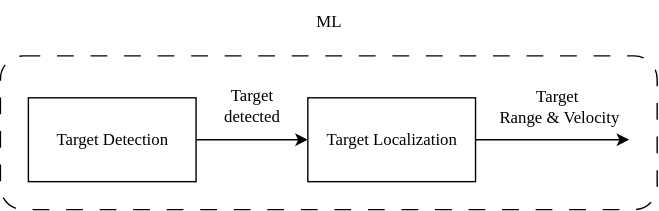
Earlier version of the draw.io export figures/systemDesign/overview/systemOverviewMLBlock.svg (Mikkelnn/ESD7-Project). Source tidied: cells renumbered, new cells last; positions are measured from the earlier drawing's top-left corner, leaving out a move shared by most shapes. The source it was exported from:
```xml
<mxGraphModel>
  <root>
    <mxCell id="0" />
    <mxCell id="1" parent="0" />
    <mxCell id="2" style="edgeStyle=orthogonalEdgeStyle;rounded=0;jettySize=auto;html=1;fontFamily=Project Font;" parent="1" edge="1" source="3" target="5">
      <mxGeometry relative="1" as="geometry" />
    </mxCell>
    <mxCell id="3" value="Target Detection" style="rounded=0;whiteSpace=wrap;html=1;fontFamily=Project Font;" parent="1" vertex="1">
      <mxGeometry x="20" y="70" width="120" height="60" as="geometry" />
    </mxCell>
    <mxCell id="4" style="edgeStyle=orthogonalEdgeStyle;rounded=0;jettySize=auto;html=1;fontFamily=Project Font;" parent="1" edge="1" source="5">
      <mxGeometry relative="1" as="geometry">
        <mxPoint x="450" y="100" as="targetPoint" />
      </mxGeometry>
    </mxCell>
    <mxCell id="5" value="Target Localization" style="rounded=0;whiteSpace=wrap;html=1;fontFamily=Project Font;" parent="1" vertex="1">
      <mxGeometry x="220" y="70" width="120" height="60" as="geometry" />
    </mxCell>
    <mxCell id="6" value="Target detected" style="text;html=1;whiteSpace=wrap;strokeColor=none;fillColor=none;align=center;verticalAlign=middle;rounded=0;fontFamily=Project Font;" parent="1" vertex="1">
      <mxGeometry x="150" y="60" width="60" height="30" as="geometry" />
    </mxCell>
    <mxCell id="7" value="&lt;div&gt;Target&amp;nbsp;&lt;/div&gt;&lt;div&gt;Range &amp;amp; Velocity&lt;/div&gt;" style="text;html=1;whiteSpace=wrap;strokeColor=none;fillColor=none;align=center;verticalAlign=middle;rounded=0;fontFamily=Project Font;" parent="1" vertex="1">
      <mxGeometry x="350" y="61" width="100" height="30" as="geometry" />
    </mxCell>
    <mxCell id="8" style="rounded=1;whiteSpace=wrap;html=1;fillColor=none;dashed=1;dashPattern=12 12;fontFamily=Project Font;" parent="1" vertex="1">
      <mxGeometry y="40" width="470" height="110" as="geometry" />
    </mxCell>
    <mxCell id="9" value="ML" style="text;html=1;whiteSpace=wrap;strokeColor=none;fillColor=none;align=center;verticalAlign=middle;rounded=0;fontFamily=Project Font;" parent="1" vertex="1">
      <mxGeometry x="205" width="60" height="30" as="geometry" />
    </mxCell>
  </root>
</mxGraphModel>
```
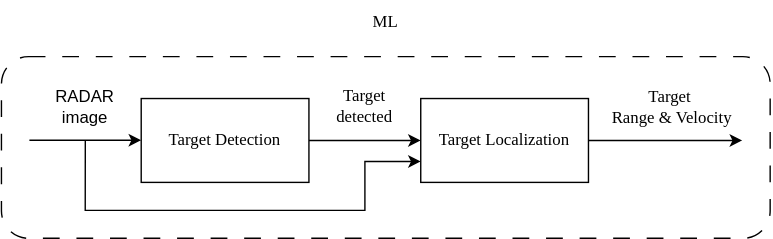
Above is the later version.

What changed in the source:
```diff
@@ -23,10 +23,29 @@
       <mxGeometry x="350" y="61" width="100" height="30" as="geometry" />
     </mxCell>
     <mxCell id="8" style="rounded=1;whiteSpace=wrap;html=1;fillColor=none;dashed=1;dashPattern=12 12;fontFamily=Project Font;" parent="1" vertex="1">
-      <mxGeometry y="40" width="470" height="110" as="geometry" />
+      <mxGeometry x="-80" y="40" width="550" height="130" as="geometry" />
     </mxCell>
     <mxCell id="9" value="ML" style="text;html=1;whiteSpace=wrap;strokeColor=none;fillColor=none;align=center;verticalAlign=middle;rounded=0;fontFamily=Project Font;" parent="1" vertex="1">
-      <mxGeometry x="205" width="60" height="30" as="geometry" />
+      <mxGeometry x="165" width="60" height="30" as="geometry" />
     </mxCell>
+    <mxCell id="10" style="edgeStyle=orthogonalEdgeStyle;rounded=0;orthogonalLoop=1;jettySize=auto;html=1;fontFamily=Project Font;" parent="1" edge="1">
+      <mxGeometry relative="1" as="geometry">
+        <mxPoint x="-60" y="99.8" as="sourcePoint" />
+        <mxPoint x="20" y="99.8" as="targetPoint" />
+      </mxGeometry>
+    </mxCell>
+    <mxCell id="11" value="RADAR image" style="text;html=1;whiteSpace=wrap;strokeColor=none;fillColor=none;align=center;verticalAlign=middle;rounded=0;" parent="1" vertex="1">
+      <mxGeometry x="-50" y="61" width="60" height="30" as="geometry" />
+    </mxCell>
+    <mxCell id="12" style="edgeStyle=orthogonalEdgeStyle;rounded=0;jettySize=auto;html=1;fontFamily=Project Font;entryX=0;entryY=0.75;entryDx=0;entryDy=0;" parent="1" edge="1" target="5">
+      <mxGeometry relative="1" as="geometry">
+        <mxPoint x="-20" y="99.8" as="sourcePoint" />
+        <Array as="points">
+          <mxPoint x="-20" y="150" />
+          <mxPoint x="180" y="150" />
+          <mxPoint x="180" y="115" />
+        </Array>
+      </mxGeometry>
+    </mxCell>
   </root>
 </mxGraphModel>
```
